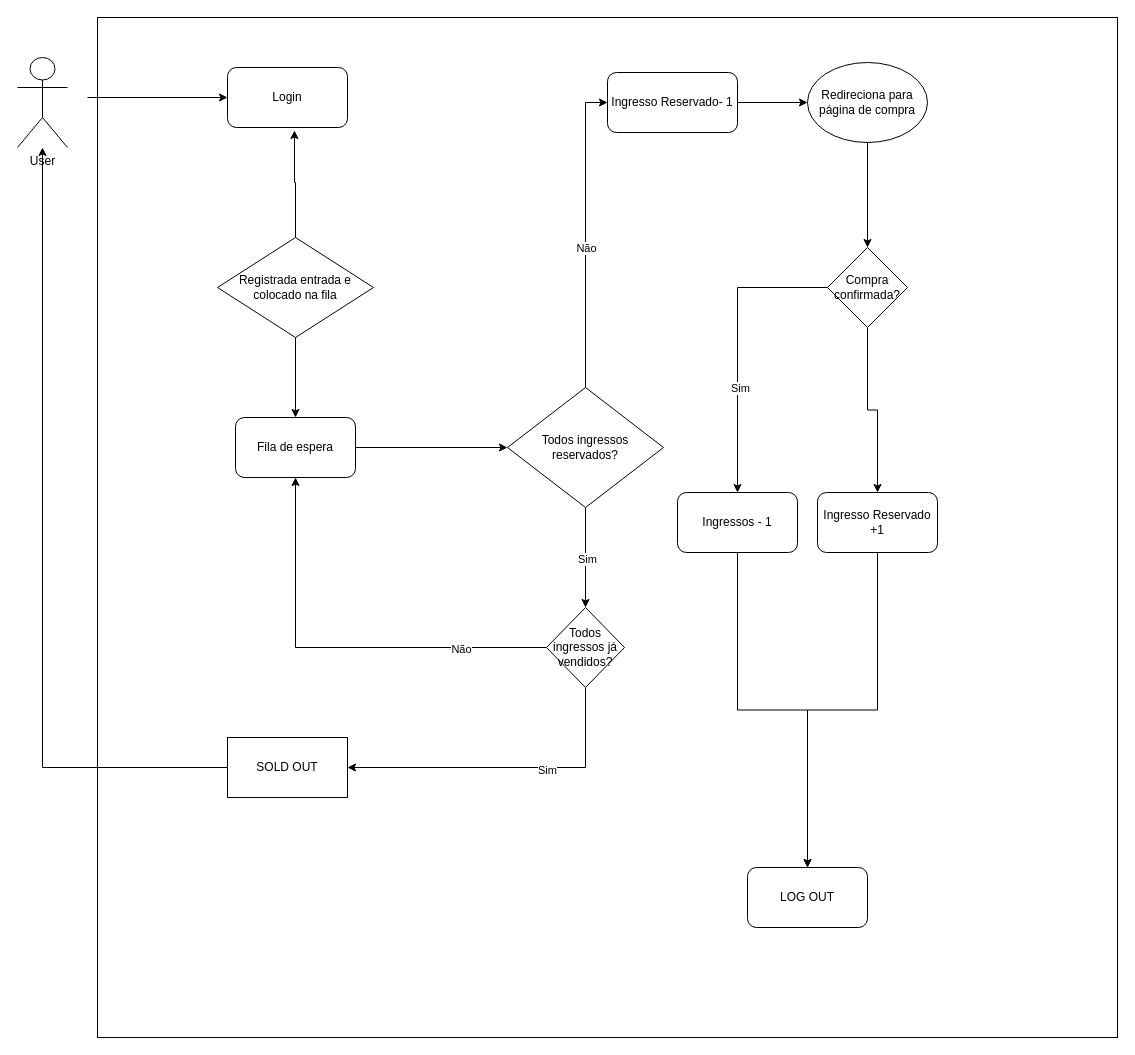
Above: bdc-test.drawio in jzpacheco/coderbyte-bdc (draw.io), before the change. Source tidied: cells renumbered, new cells numbered last; positions are measured from the earlier drawing's top-left corner, leaving out a move shared by most shapes. Both pictures are drawn from the tidied source at 100%, with x=0, y=0 at pixel (17, 17).
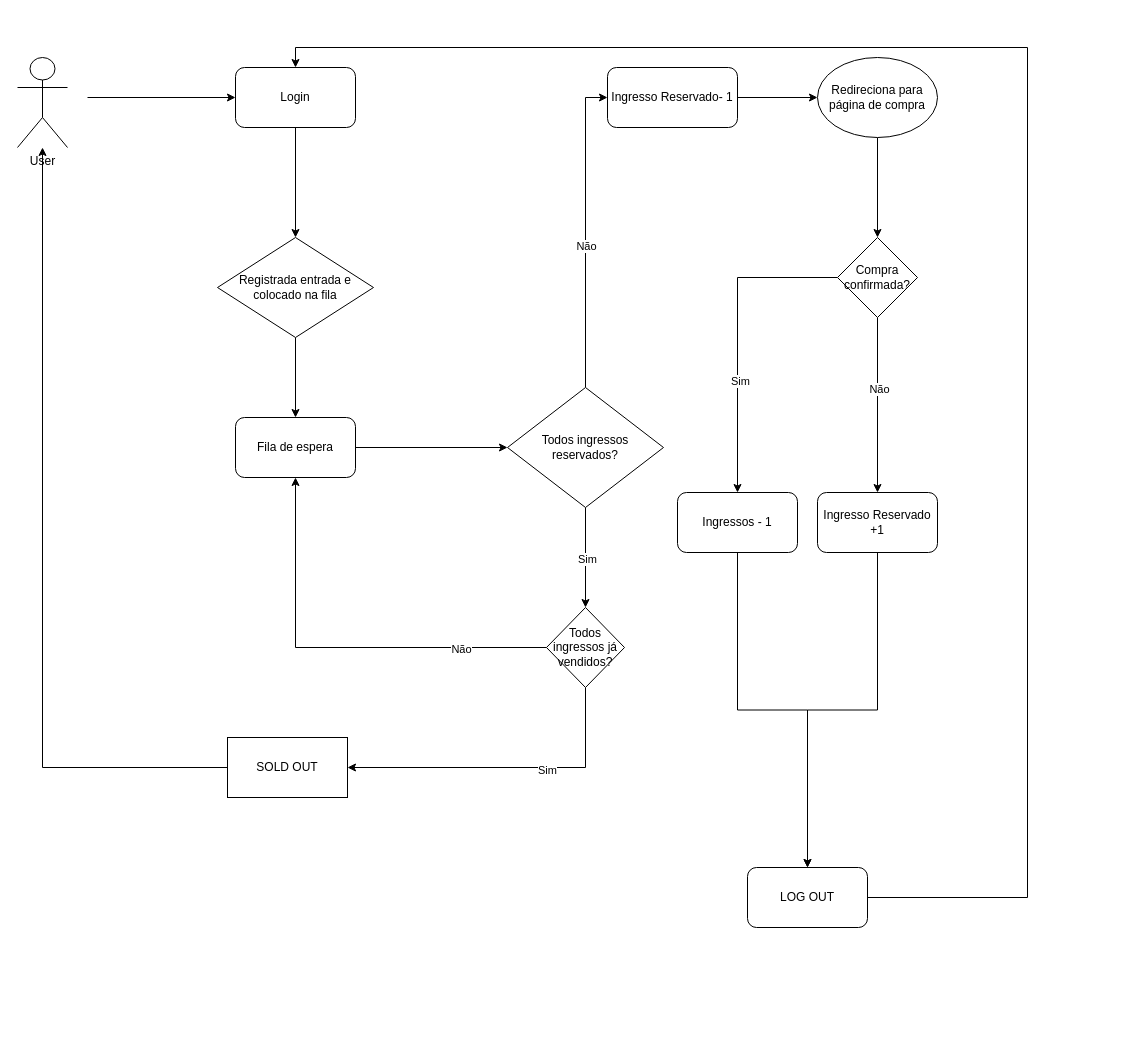
The same diagram, later.

The change refers to these unchanged cells:
```xml
<mxCell id="12" value="Registrada entrada e colocado na fila&lt;br&gt;" style="rhombus;whiteSpace=wrap;html=1;" parent="1" vertex="1">
  <mxGeometry x="200" y="220" width="156" height="100" as="geometry" />
</mxCell>
<mxCell id="20" style="edgeStyle=orthogonalEdgeStyle;rounded=0;jettySize=auto;html=1;" parent="1" edge="1" source="21" target="34">
  <mxGeometry relative="1" as="geometry" />
</mxCell>
<mxCell id="35" value="LOG OUT" style="whiteSpace=wrap;html=1;rounded=1;" parent="1" vertex="1">
  <mxGeometry x="730" y="850" width="120" height="60" as="geometry" />
</mxCell>
```

What changed in the source:
```diff
@@
-    <mxCell id="3" style="whiteSpace=wrap;html=1;" parent="1" vertex="1">
-      <mxGeometry x="80" width="1020" height="1020" as="geometry" />
-    </mxCell>
+    <mxCell id="36" style="edgeStyle=orthogonalEdgeStyle;rounded=0;jettySize=auto;html=1;entryX=0.5;entryY=0;entryDx=0;entryDy=0;" parent="1" edge="1" source="4" target="12">
+      <mxGeometry relative="1" as="geometry" />
+    </mxCell>
     <mxCell id="4" value="Login" style="rounded=1;whiteSpace=wrap;html=1;" parent="1" vertex="1">
-      <mxGeometry x="210" y="50" width="120" height="60" as="geometry" />
+      <mxGeometry x="218" y="50" width="120" height="60" as="geometry" />
     </mxCell>
@@
-    <mxCell id="13" style="edgeStyle=orthogonalEdgeStyle;rounded=0;jettySize=auto;html=1;entryX=0.558;entryY=1.05;entryDx=0;entryDy=0;entryPerimeter=0;" parent="1" edge="1" source="12" target="4">
-      <mxGeometry relative="1" as="geometry" />
-    </mxCell>
@@
     <mxCell id="17" value="Redireciona para página de compra" style="ellipse;whiteSpace=wrap;html=1;" parent="1" vertex="1">
-      <mxGeometry x="790" y="45" width="120" height="80" as="geometry" />
+      <mxGeometry x="800" y="40" width="120" height="80" as="geometry" />
     </mxCell>
@@
+    <mxCell id="37" value="Não" style="edgeLabel;html=1;align=center;verticalAlign=middle;" parent="20" vertex="1">
+      <mxGeometry x="-0.19" y="1" relative="1" as="geometry" />
+    </mxCell>
     <mxCell id="21" value="Compra confirmada?" style="rhombus;whiteSpace=wrap;html=1;" parent="1" vertex="1">
-      <mxGeometry x="810" y="230" width="80" height="80" as="geometry" />
+      <mxGeometry x="820" y="220" width="80" height="80" as="geometry" />
     </mxCell>
@@
     <mxCell id="32" value="Ingresso Reservado- 1" style="rounded=1;whiteSpace=wrap;html=1;" parent="1" vertex="1">
-      <mxGeometry x="590" y="55" width="130" height="60" as="geometry" />
+      <mxGeometry x="590" y="50" width="130" height="60" as="geometry" />
     </mxCell>
@@
+    <mxCell id="38" style="edgeStyle=orthogonalEdgeStyle;rounded=0;jettySize=auto;html=1;entryX=0.5;entryY=0;entryDx=0;entryDy=0;" parent="1" edge="1" source="35" target="4">
+      <mxGeometry relative="1" as="geometry">
+        <Array as="points">
+          <mxPoint x="1010" y="880" />
+          <mxPoint x="1010" y="30" />
+          <mxPoint x="278" y="30" />
+        </Array>
+      </mxGeometry>
+    </mxCell>
```
